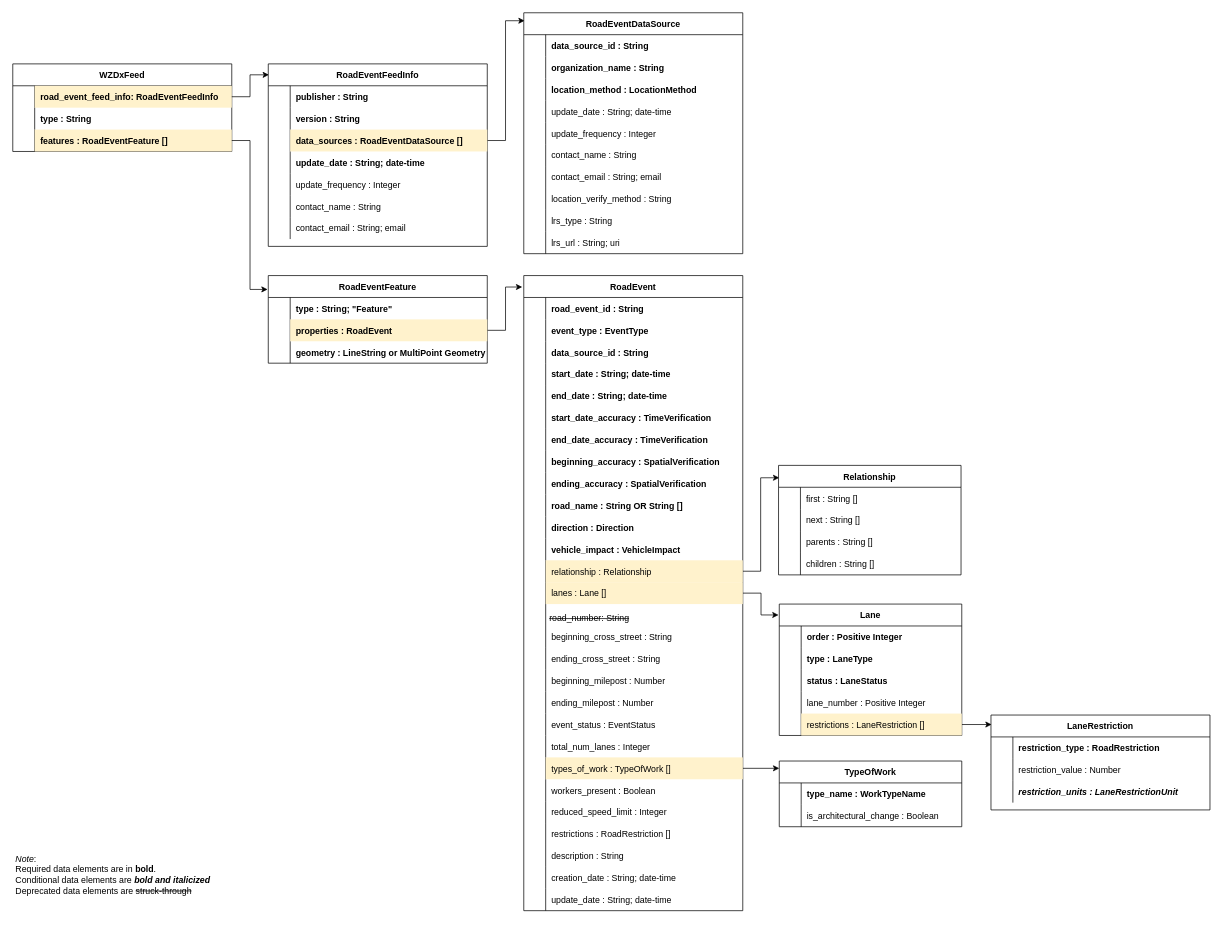
Earlier version of the draw.io diagram images/wzdx_object_diagram.drawio (usdot-jpo-ode/wzdx). Source tidied: cells renumbered, new cells numbered last; positions are measured from the earlier drawing's top-left corner, leaving out a move shared by most shapes. Both pictures are drawn from the tidied source at 73%, with x=0, y=0 at pixel (12, 12).
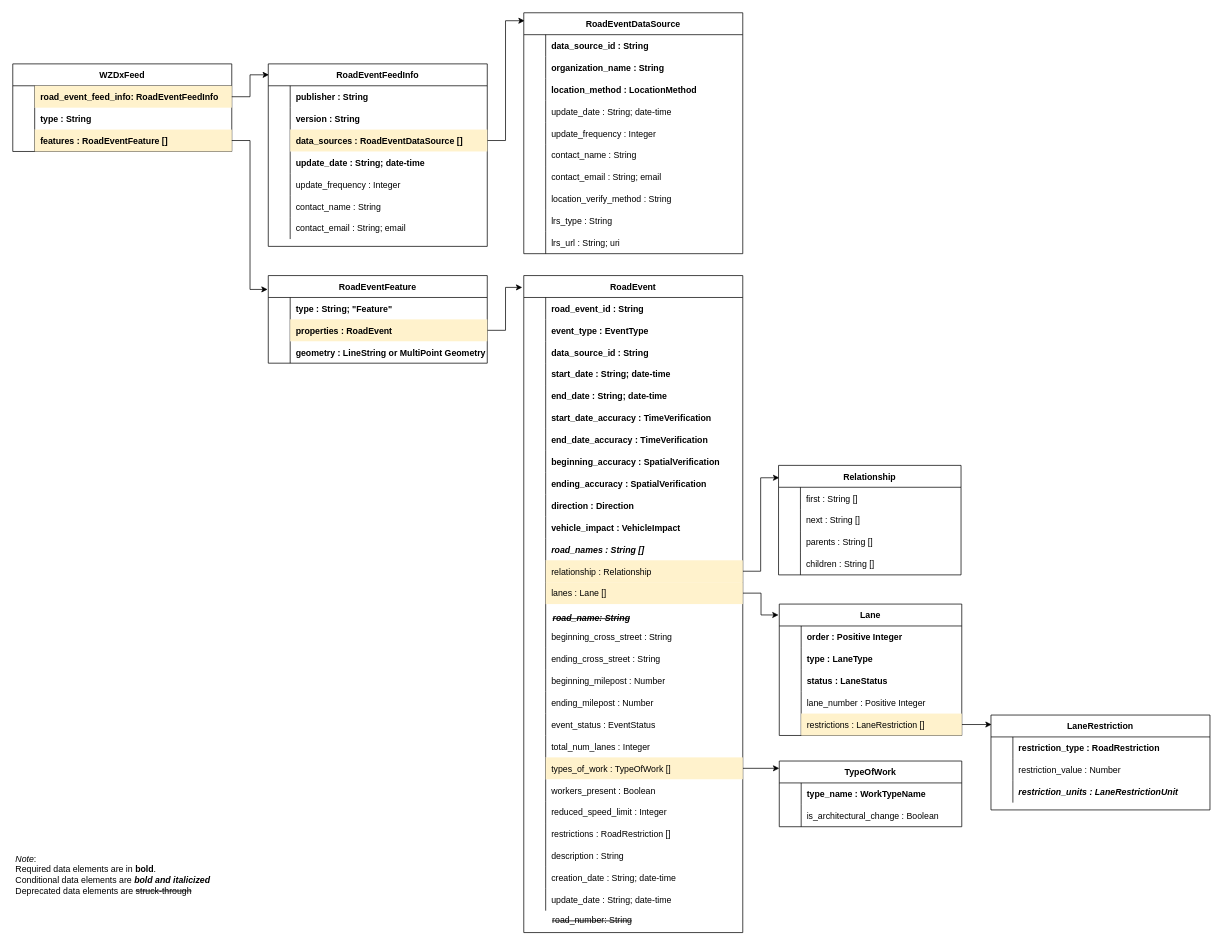
The same page after the edit.

Commit message (it also covers changes not shown here):
Update diagrams with road_names

The edit, as a diff of the source:
```diff
@@
     <mxCell id="84" value="RoadEvent" style="shape=table;startSize=30;childLayout=tableLayout;rowLines=0;fontStyle=1;align=center;" parent="1" vertex="1">
-      <mxGeometry x="700" y="360" width="300" height="870" as="geometry" />
+      <mxGeometry x="700" y="360" width="300" height="900" as="geometry" />
     </mxCell>
@@
-    <mxCell id="112" style="shape=partialRectangle;fillColor=none;top=0;left=0;right=0;bottom=0;fontStyle=1;" parent="84" vertex="1">
-      <mxGeometry y="300" width="300" height="30" as="geometry" />
-    </mxCell>
-    <mxCell id="113" style="shape=partialRectangle;overflow=hidden;fillColor=none;top=0;left=0;bottom=0;right=0;" parent="112" vertex="1">
-      <mxGeometry width="30" height="30" as="geometry" />
-    </mxCell>
-    <mxCell id="114" value="road_name : String OR String []" style="shape=partialRectangle;overflow=hidden;fillColor=none;top=0;left=0;bottom=0;right=0;align=left;spacingLeft=6;fontStyle=1;" parent="112" vertex="1">
-      <mxGeometry x="30" width="270" height="30" as="geometry" />
-    </mxCell>
     <mxCell id="115" style="shape=partialRectangle;fillColor=none;top=0;left=0;right=0;bottom=0;fontStyle=1;" parent="84" vertex="1">
-      <mxGeometry y="330" width="300" height="30" as="geometry" />
+      <mxGeometry y="300" width="300" height="30" as="geometry" />
     </mxCell>
@@
     <mxCell id="118" style="shape=partialRectangle;fillColor=none;top=0;left=0;right=0;bottom=0;fontStyle=1;" parent="84" vertex="1">
-      <mxGeometry y="360" width="300" height="30" as="geometry" />
+      <mxGeometry y="330" width="300" height="30" as="geometry" />
     </mxCell>
@@
+    <mxCell id="112" style="shape=partialRectangle;fillColor=none;top=0;left=0;right=0;bottom=0;fontStyle=1;" parent="84" vertex="1">
+      <mxGeometry y="360" width="300" height="30" as="geometry" />
+    </mxCell>
+    <mxCell id="113" style="shape=partialRectangle;overflow=hidden;fillColor=none;top=0;left=0;bottom=0;right=0;" parent="112" vertex="1">
+      <mxGeometry width="30" height="30" as="geometry" />
+    </mxCell>
+    <mxCell id="114" value="road_names : String []" style="shape=partialRectangle;overflow=hidden;fillColor=none;top=0;left=0;bottom=0;right=0;align=left;spacingLeft=6;fontStyle=3;" parent="112" vertex="1">
+      <mxGeometry x="30" width="270" height="30" as="geometry" />
+    </mxCell>
@@
-    <mxCell id="215" value="&lt;strike&gt;road_number: String&lt;/strike&gt;" style="text;html=1;strokeColor=none;fillColor=none;align=center;verticalAlign=middle;whiteSpace=wrap;rounded=0;" parent="1" vertex="1">
-      <mxGeometry x="715" y="820" width="150" height="20" as="geometry" />
+    <mxCell id="215" value="&lt;strike&gt;&lt;i&gt;&lt;b&gt;road_name: String&lt;/b&gt;&lt;/i&gt;&lt;/strike&gt;" style="text;html=1;strokeColor=none;fillColor=none;align=center;verticalAlign=middle;whiteSpace=wrap;rounded=0;" parent="1" vertex="1">
+      <mxGeometry x="718" y="820" width="150" height="20" as="geometry" />
     </mxCell>
+    <mxCell id="216" value="&lt;strike&gt;road_number: String&lt;/strike&gt;" style="text;html=1;strokeColor=none;fillColor=none;align=center;verticalAlign=middle;whiteSpace=wrap;rounded=0;" parent="1" vertex="1">
+      <mxGeometry x="719" y="1234" width="150" height="20" as="geometry" />
+    </mxCell>
```
